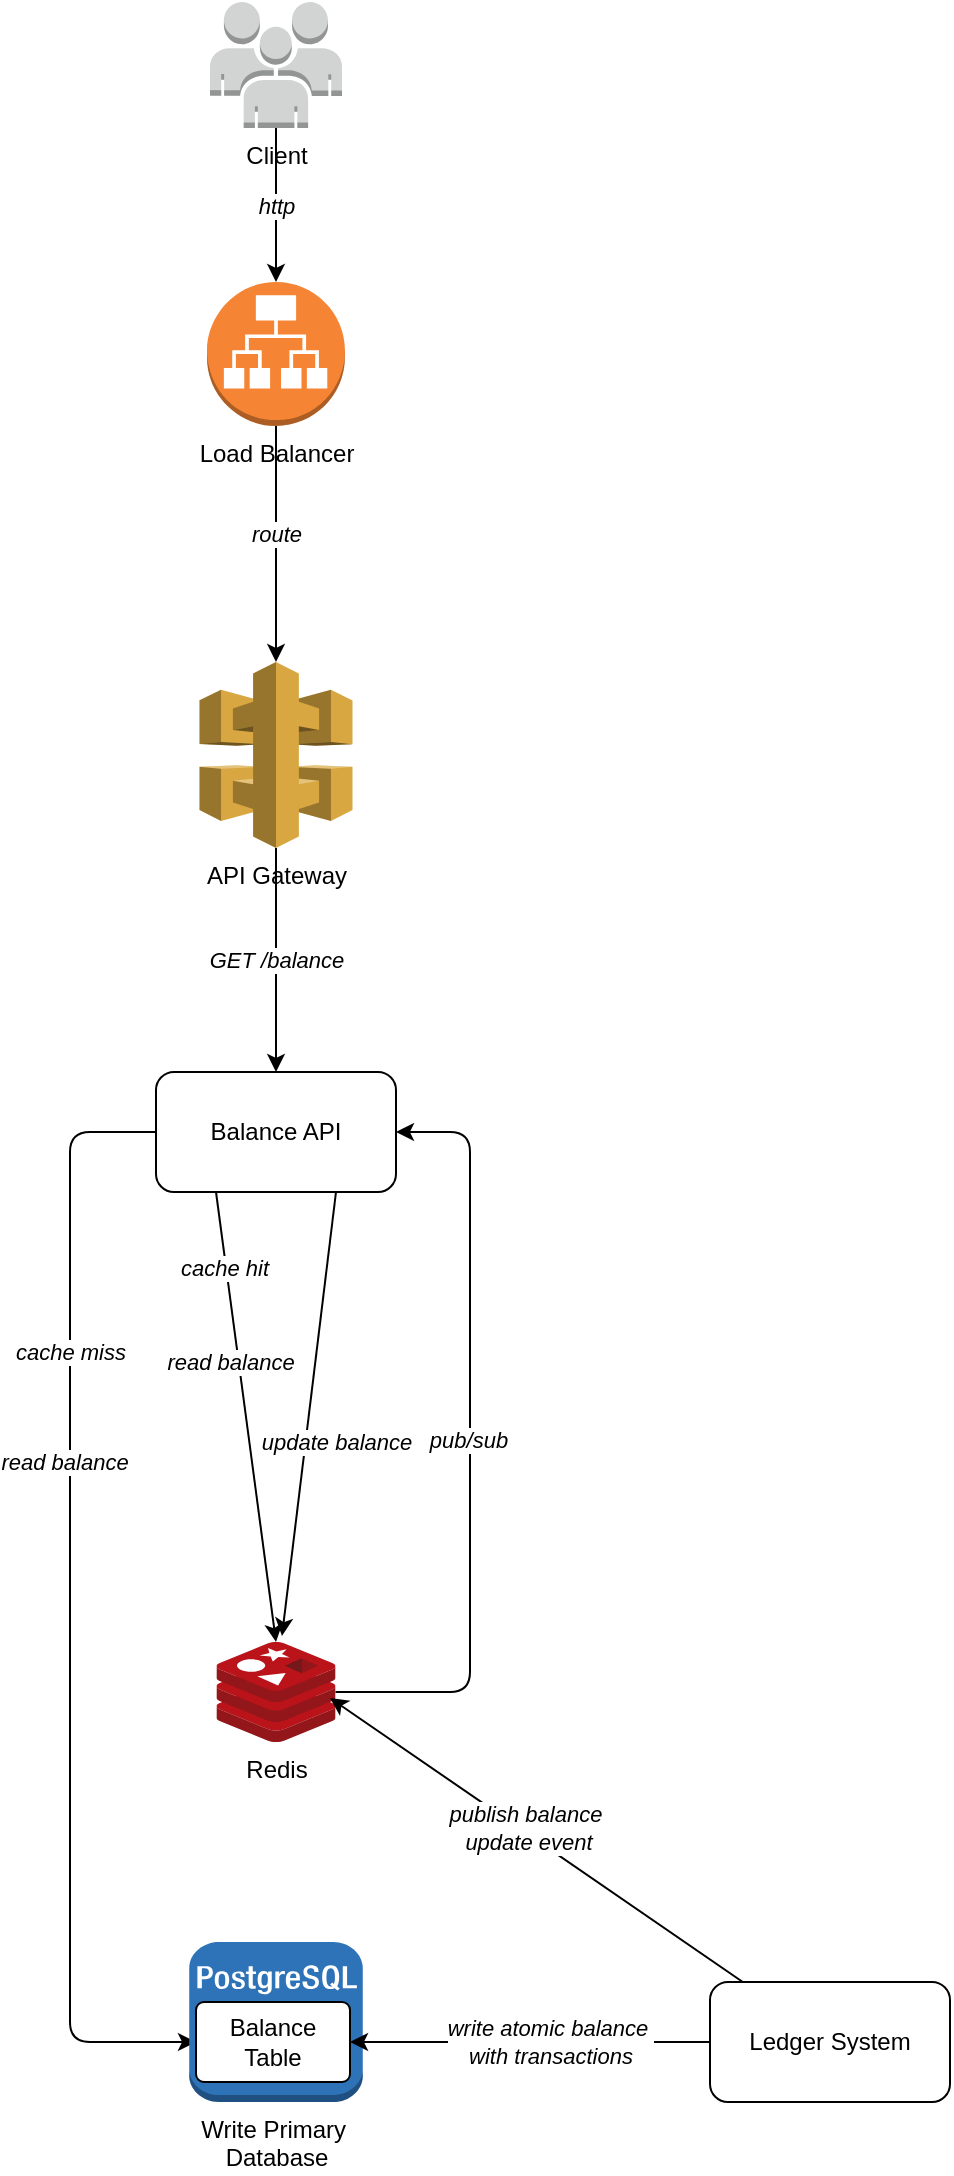
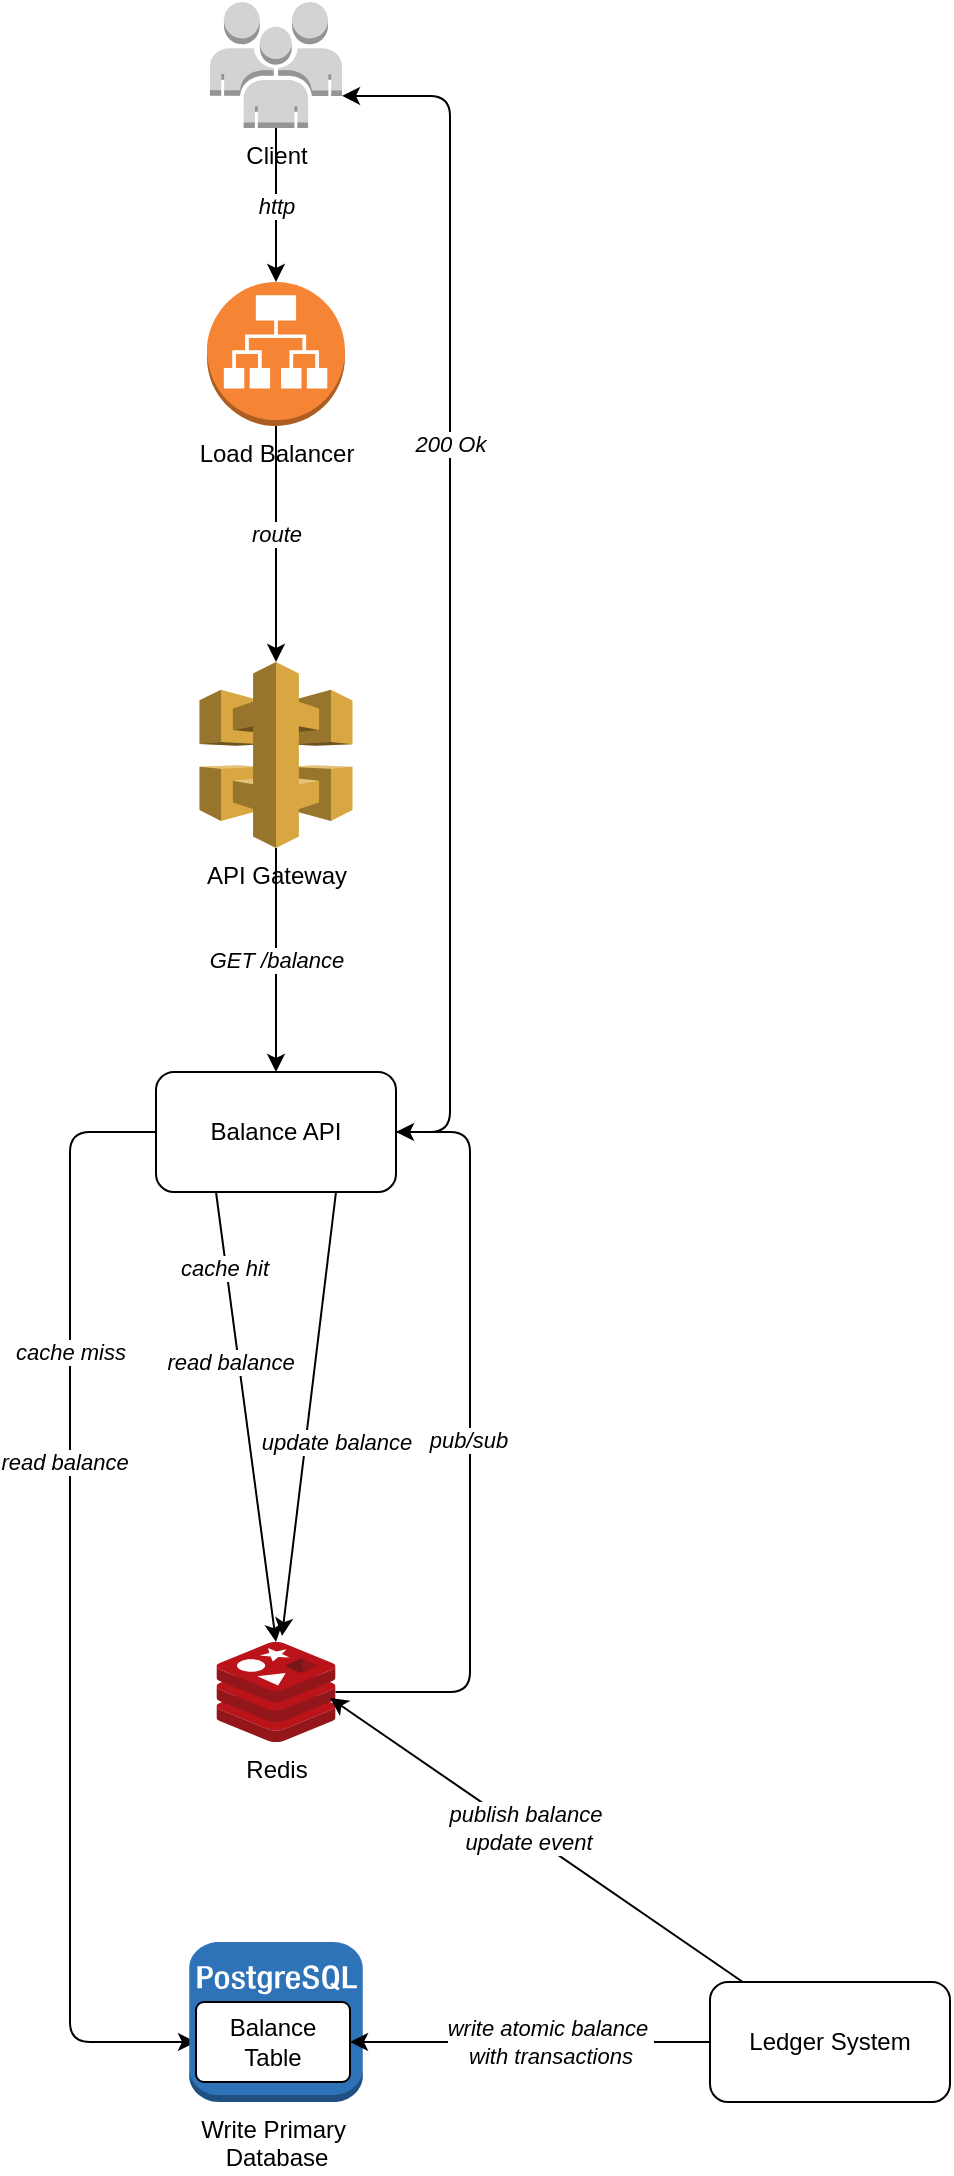
<mxfile host="65bd71144e">
    <diagram id="khZBTv7SN_R_2XAyCLPa" name="Page-1">
-         <mxGraphModel dx="666" dy="797" grid="1" gridSize="10" guides="1" tooltips="1" connect="1" arrows="1" fold="1" page="1" pageScale="1" pageWidth="827" pageHeight="1169" math="0" shadow="0">
+         <mxGraphModel dx="441" dy="797" grid="1" gridSize="10" guides="1" tooltips="1" connect="1" arrows="1" fold="1" page="1" pageScale="1" pageWidth="827" pageHeight="1169" math="0" shadow="0">
            <root>
                <mxCell id="0"/>
                <mxCell id="1" parent="0"/>
                <mxCell id="33" value="&lt;i&gt;http&lt;/i&gt;" style="edgeStyle=none;html=1;" edge="1" parent="1" source="2" target="6">
                    <mxGeometry relative="1" as="geometry"/>
                </mxCell>
                <mxCell id="2" value="Client" style="outlineConnect=0;dashed=0;verticalLabelPosition=bottom;verticalAlign=top;align=center;html=1;shape=mxgraph.aws3.users;fillColor=#D2D3D3;gradientColor=none;" vertex="1" parent="1">
                    <mxGeometry x="310" y="20" width="66" height="63" as="geometry"/>
                </mxCell>
                <mxCell id="32" value="" style="edgeStyle=none;html=1;" edge="1" parent="1" source="6" target="7">
                    <mxGeometry relative="1" as="geometry"/>
                </mxCell>
                <mxCell id="34" value="&lt;i&gt;route&lt;/i&gt;" style="edgeLabel;html=1;align=center;verticalAlign=middle;resizable=0;points=[];" vertex="1" connectable="0" parent="32">
                    <mxGeometry x="-0.0847" relative="1" as="geometry">
                        <mxPoint as="offset"/>
                    </mxGeometry>
                </mxCell>
                <mxCell id="6" value="Load Balancer" style="outlineConnect=0;dashed=0;verticalLabelPosition=bottom;verticalAlign=top;align=center;html=1;shape=mxgraph.aws3.application_load_balancer;fillColor=#F58534;gradientColor=none;" vertex="1" parent="1">
                    <mxGeometry x="308.5" y="160" width="69" height="72" as="geometry"/>
                </mxCell>
                <mxCell id="31" value="&lt;i&gt;GET /balance&lt;/i&gt;" style="edgeStyle=none;html=1;" edge="1" parent="1" source="7" target="8">
                    <mxGeometry relative="1" as="geometry"/>
                </mxCell>
                <mxCell id="7" value="API Gateway" style="outlineConnect=0;dashed=0;verticalLabelPosition=bottom;verticalAlign=top;align=center;html=1;shape=mxgraph.aws3.api_gateway;fillColor=#D9A741;gradientColor=none;" vertex="1" parent="1">
                    <mxGeometry x="304.75" y="350" width="76.5" height="93" as="geometry"/>
                </mxCell>
                <mxCell id="25" style="edgeStyle=none;html=1;entryX=0;entryY=0.5;entryDx=0;entryDy=0;" edge="1" parent="1" source="8" target="12">
                    <mxGeometry relative="1" as="geometry">
                        <Array as="points">
                            <mxPoint x="240" y="585"/>
                            <mxPoint x="240" y="1040"/>
                        </Array>
                    </mxGeometry>
                </mxCell>
                <mxCell id="26" value="&lt;i&gt;cache miss&lt;/i&gt;" style="edgeLabel;html=1;align=center;verticalAlign=middle;resizable=0;points=[];" vertex="1" connectable="0" parent="25">
                    <mxGeometry x="-0.4545" relative="1" as="geometry">
                        <mxPoint as="offset"/>
                    </mxGeometry>
                </mxCell>
                <mxCell id="30" value="&lt;i&gt;read balance&lt;/i&gt;" style="edgeLabel;html=1;align=center;verticalAlign=middle;resizable=0;points=[];" vertex="1" connectable="0" parent="25">
                    <mxGeometry x="-0.2585" y="-3" relative="1" as="geometry">
                        <mxPoint as="offset"/>
                    </mxGeometry>
                </mxCell>
                <mxCell id="8" value="Balance API" style="rounded=1;whiteSpace=wrap;html=1;" vertex="1" parent="1">
                    <mxGeometry x="283" y="555" width="120" height="60" as="geometry"/>
                </mxCell>
                <mxCell id="21" style="edgeStyle=none;html=1;entryX=1;entryY=0.5;entryDx=0;entryDy=0;" edge="1" parent="1" source="9" target="8">
                    <mxGeometry relative="1" as="geometry">
                        <Array as="points">
                            <mxPoint x="440" y="865"/>
                            <mxPoint x="440" y="585"/>
                        </Array>
                    </mxGeometry>
                </mxCell>
                <mxCell id="22" value="&lt;i&gt;pub/sub&lt;/i&gt;" style="edgeLabel;html=1;align=center;verticalAlign=middle;resizable=0;points=[];" vertex="1" connectable="0" parent="21">
                    <mxGeometry x="0.0058" y="1" relative="1" as="geometry">
                        <mxPoint as="offset"/>
                    </mxGeometry>
                </mxCell>
                <mxCell id="9" value="Redis" style="image;sketch=0;aspect=fixed;html=1;points=[];align=center;fontSize=12;image=img/lib/mscae/Cache_Redis_Product.svg;" vertex="1" parent="1">
                    <mxGeometry x="313.24" y="840" width="59.52" height="50" as="geometry"/>
                </mxCell>
                <mxCell id="10" value="Write Primary&amp;nbsp;&lt;div&gt;Database&lt;/div&gt;" style="outlineConnect=0;dashed=0;verticalLabelPosition=bottom;verticalAlign=top;align=center;html=1;shape=mxgraph.aws3.postgre_sql_instance;fillColor=#2E73B8;gradientColor=none;" vertex="1" parent="1">
                    <mxGeometry x="299.62" y="990" width="86.76" height="80" as="geometry"/>
                </mxCell>
                <mxCell id="13" style="edgeStyle=none;html=1;entryX=1;entryY=0.5;entryDx=0;entryDy=0;" edge="1" parent="1" source="11" target="12">
                    <mxGeometry relative="1" as="geometry"/>
                </mxCell>
                <mxCell id="14" value="&lt;i&gt;write atomic balance&amp;nbsp;&lt;/i&gt;&lt;div&gt;&lt;i&gt;with transactions&lt;/i&gt;&lt;/div&gt;" style="edgeLabel;html=1;align=center;verticalAlign=middle;resizable=0;points=[];" vertex="1" connectable="0" parent="13">
                    <mxGeometry x="-0.1333" y="-3" relative="1" as="geometry">
                        <mxPoint x="-2" y="3" as="offset"/>
                    </mxGeometry>
                </mxCell>
                <mxCell id="11" value="Ledger System" style="rounded=1;whiteSpace=wrap;html=1;" vertex="1" parent="1">
                    <mxGeometry x="560" y="1010" width="120" height="60" as="geometry"/>
                </mxCell>
                <mxCell id="12" value="Balance Table" style="rounded=1;arcSize=10;whiteSpace=wrap;html=1;align=center;" vertex="1" parent="1">
                    <mxGeometry x="303" y="1020" width="77" height="40" as="geometry"/>
                </mxCell>
                <mxCell id="19" style="edgeStyle=none;html=1;entryX=0.5;entryY=0;entryDx=0;entryDy=0;entryPerimeter=0;exitX=0.25;exitY=1;exitDx=0;exitDy=0;" edge="1" parent="1" source="8" target="9">
                    <mxGeometry relative="1" as="geometry"/>
                </mxCell>
                <mxCell id="20" value="&lt;i&gt;read balance&lt;/i&gt;" style="edgeLabel;html=1;align=center;verticalAlign=middle;resizable=0;points=[];" vertex="1" connectable="0" parent="19">
                    <mxGeometry x="-0.1644" relative="1" as="geometry">
                        <mxPoint x="-6" y="-9" as="offset"/>
                    </mxGeometry>
                </mxCell>
                <mxCell id="24" value="&lt;i&gt;cache hit&lt;/i&gt;" style="edgeLabel;html=1;align=center;verticalAlign=middle;resizable=0;points=[];" vertex="1" connectable="0" parent="19">
                    <mxGeometry x="-0.6711" y="-1" relative="1" as="geometry">
                        <mxPoint as="offset"/>
                    </mxGeometry>
                </mxCell>
                <mxCell id="23" style="edgeStyle=none;html=1;entryX=0.954;entryY=0.56;entryDx=0;entryDy=0;entryPerimeter=0;" edge="1" parent="1" source="11" target="9">
                    <mxGeometry relative="1" as="geometry">
                        <mxPoint x="370" y="880" as="targetPoint"/>
                    </mxGeometry>
                </mxCell>
                <mxCell id="27" value="&lt;i&gt;publish balance&amp;nbsp;&lt;/i&gt;&lt;div&gt;&lt;i&gt;update event&lt;/i&gt;&lt;/div&gt;" style="edgeLabel;html=1;align=center;verticalAlign=middle;resizable=0;points=[];" vertex="1" connectable="0" parent="23">
                    <mxGeometry x="0.0631" y="-4" relative="1" as="geometry">
                        <mxPoint y="1" as="offset"/>
                    </mxGeometry>
                </mxCell>
                <mxCell id="28" style="edgeStyle=none;html=1;exitX=0.75;exitY=1;exitDx=0;exitDy=0;entryX=0.55;entryY=-0.06;entryDx=0;entryDy=0;entryPerimeter=0;" edge="1" parent="1" source="8" target="9">
                    <mxGeometry relative="1" as="geometry">
                        <mxPoint x="343" y="840" as="targetPoint"/>
                        <Array as="points"/>
                    </mxGeometry>
                </mxCell>
                <mxCell id="29" value="&lt;i&gt;update balance&lt;/i&gt;" style="edgeLabel;html=1;align=center;verticalAlign=middle;resizable=0;points=[];" vertex="1" connectable="0" parent="28">
                    <mxGeometry x="-0.0515" relative="1" as="geometry">
                        <mxPoint x="13" y="20" as="offset"/>
                    </mxGeometry>
                </mxCell>
+                 <mxCell id="35" style="edgeStyle=none;html=1;entryX=1;entryY=0.745;entryDx=0;entryDy=0;entryPerimeter=0;" edge="1" parent="1" source="8" target="2">
+                     <mxGeometry relative="1" as="geometry">
+                         <Array as="points">
+                             <mxPoint x="430" y="585"/>
+                             <mxPoint x="430" y="67"/>
+                         </Array>
+                     </mxGeometry>
+                 </mxCell>
+                 <mxCell id="36" value="&lt;i&gt;200 Ok&lt;/i&gt;" style="edgeLabel;html=1;align=center;verticalAlign=middle;resizable=0;points=[];" vertex="1" connectable="0" parent="35">
+                     <mxGeometry x="0.2385" relative="1" as="geometry">
+                         <mxPoint as="offset"/>
+                     </mxGeometry>
+                 </mxCell>
            </root>
        </mxGraphModel>
    </diagram>
</mxfile>